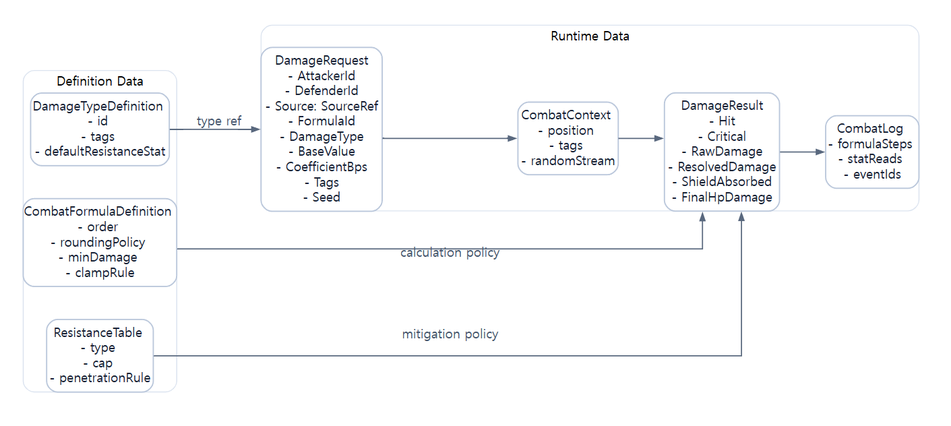
The Graphviz diagram assets/diagrams/25_combat_data_model_diagram.png in JY-LemongO/game-system-framework-knowledge-site, before a commit. Its source is kept beside it as source/diagrams/25_combat_data_model_diagram.dot.
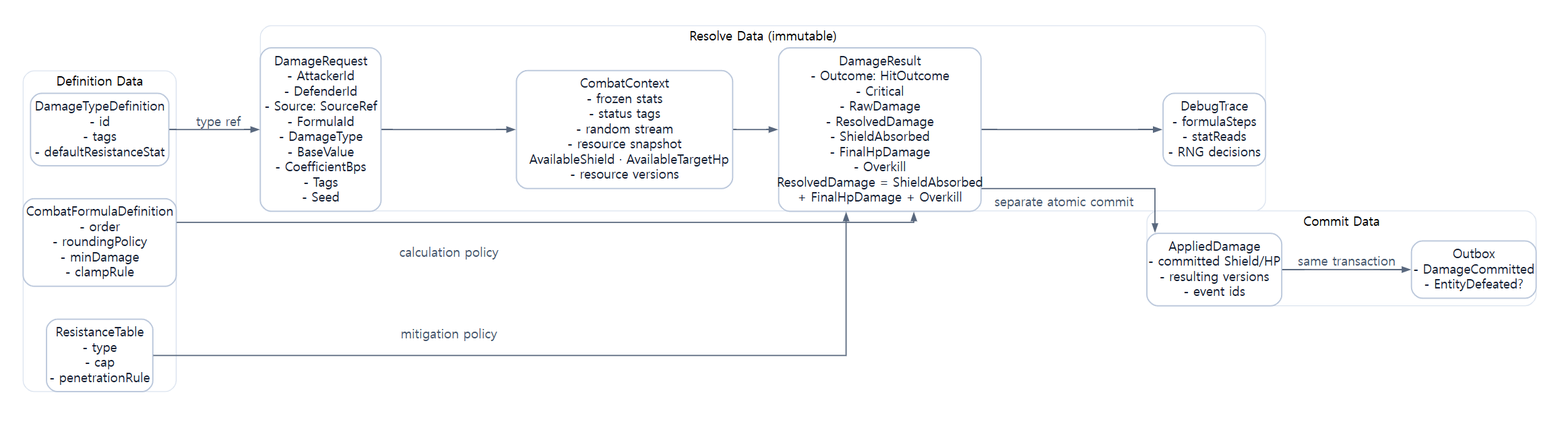
After the change.

What changed in the source:
```diff
@@ -3,50 +3,27 @@
   node [fontname="Noto Sans CJK KR", shape=box, style="rounded,filled", color="#bac7db", penwidth=1.4, fillcolor="#ffffff", fontcolor="#182033", margin="0.14,0.09"];
   edge [fontname="Noto Sans CJK KR", color="#59687e", fontcolor="#46566e", arrowsize=0.8, penwidth=1.3];
   rankdir=LR; splines=ortho;
+
   subgraph cluster_def { label="Definition Data"; color="#dbe3ef"; style="rounded";
-    DamageTypeDefinition [label="DamageTypeDefinition
-- id
-- tags
-- defaultResistanceStat"];
-    CombatFormulaDefinition [label="CombatFormulaDefinition
-- order
-- roundingPolicy
-- minDamage
-- clampRule"];
-    ResistanceTable [label="ResistanceTable
-- type
-- cap
-- penetrationRule"];
+    DamageTypeDefinition [label="DamageTypeDefinition\n- id\n- tags\n- defaultResistanceStat"];
+    CombatFormulaDefinition [label="CombatFormulaDefinition\n- order\n- roundingPolicy\n- minDamage\n- clampRule"];
+    ResistanceTable [label="ResistanceTable\n- type\n- cap\n- penetrationRule"];
   }
-  subgraph cluster_runtime { label="Runtime Data"; color="#dbe3ef"; style="rounded";
-    DamageRequest [label="DamageRequest
-- AttackerId
-- DefenderId
-- Source: SourceRef
-- FormulaId
-- DamageType
-- BaseValue
-- CoefficientBps
-- Tags
-- Seed"];
-    CombatContext [label="CombatContext
-- position
-- tags
-- randomStream"];
-    DamageResult [label="DamageResult
-- Hit
-- Critical
-- RawDamage
-- ResolvedDamage
-- ShieldAbsorbed
-- FinalHpDamage"];
-    CombatLog [label="CombatLog
-- formulaSteps
-- statReads
-- eventIds"];
+  subgraph cluster_runtime { label="Resolve Data (immutable)"; color="#dbe3ef"; style="rounded";
+    DamageRequest [label="DamageRequest\n- AttackerId\n- DefenderId\n- Source: SourceRef\n- FormulaId\n- DamageType\n- BaseValue\n- CoefficientBps\n- Tags\n- Seed"];
+    CombatContext [label="CombatContext\n- frozen stats\n- status tags\n- random stream\n- resource snapshot\n  AvailableShield · AvailableTargetHp\n- resource versions"];
+    DamageResult [label="DamageResult\n- Outcome: HitOutcome\n- Critical\n- RawDamage\n- ResolvedDamage\n- ShieldAbsorbed\n- FinalHpDamage\n- Overkill\nResolvedDamage = ShieldAbsorbed\n+ FinalHpDamage + Overkill"];
+    DebugTrace [label="DebugTrace\n- formulaSteps\n- statReads\n- RNG decisions"];
   }
+  subgraph cluster_commit { label="Commit Data"; color="#dbe3ef"; style="rounded";
+    AppliedDamage [label="AppliedDamage\n- committed Shield/HP\n- resulting versions\n- event ids"];
+    Outbox [label="Outbox\n- DamageCommitted\n- EntityDefeated?"];
+  }
+
   DamageTypeDefinition -> DamageRequest [label="type ref"];
   CombatFormulaDefinition -> DamageResult [label="calculation policy"];
   ResistanceTable -> DamageResult [label="mitigation policy"];
-  DamageRequest -> CombatContext -> DamageResult -> CombatLog;
+  DamageRequest -> CombatContext -> DamageResult -> DebugTrace;
+  DamageResult -> AppliedDamage [label="separate atomic commit"];
+  AppliedDamage -> Outbox [label="same transaction"];
 }
```
